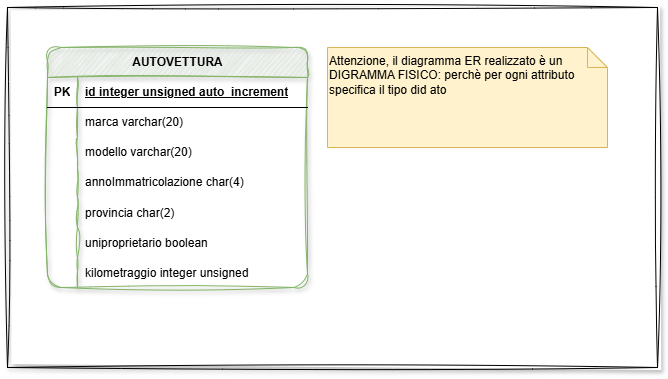
Earlier version of the draw.io export AS_2026_2027/5I Informatica/UD 2 - Diagrams/er1.drawio.png (CescoP81/GalileiOstiglia). Source tidied: cells renumbered, new cells last; positions are measured from the earlier drawing's top-left corner, leaving out a move shared by most shapes.
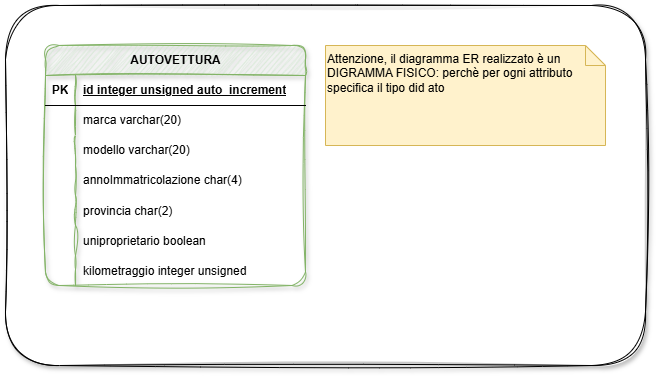
After the change.

The edit, as a diff of the source:
```diff
@@ -2,9 +2,9 @@
   <root>
     <mxCell id="0" />
     <mxCell id="1" parent="0" />
-    <mxCell id="2" style="rounded=0;whiteSpace=wrap;html=1;shadow=1;sketch=1;curveFitting=1;jiggle=2;" parent="1" vertex="1">
-      <mxGeometry width="650" height="360" as="geometry" />
-    </mxCell>
+    <mxCell id="26" style="rounded=1;whiteSpace=wrap;html=1;fillColor=default;shadow=1;sketch=1;curveFitting=1;jiggle=2;roundedPerimeter=1;" parent="1" vertex="1">
+      <mxGeometry width="640" height="360" as="geometry" />
+    </mxCell>
     <mxCell id="3" value="AUTOVETTURA" style="shape=table;startSize=30;rowLines=0;fontStyle=1;align=center;html=1;fillColor=#d5e8d4;strokeColor=#82b366;rounded=1;roundedPerimeter=1;shadow=1;sketch=1;curveFitting=1;jiggle=2;swimlaneLine=1;" parent="1" vertex="1">
       <mxGeometry x="40" y="40" width="260" height="240" as="geometry" />
     </mxCell>
```
